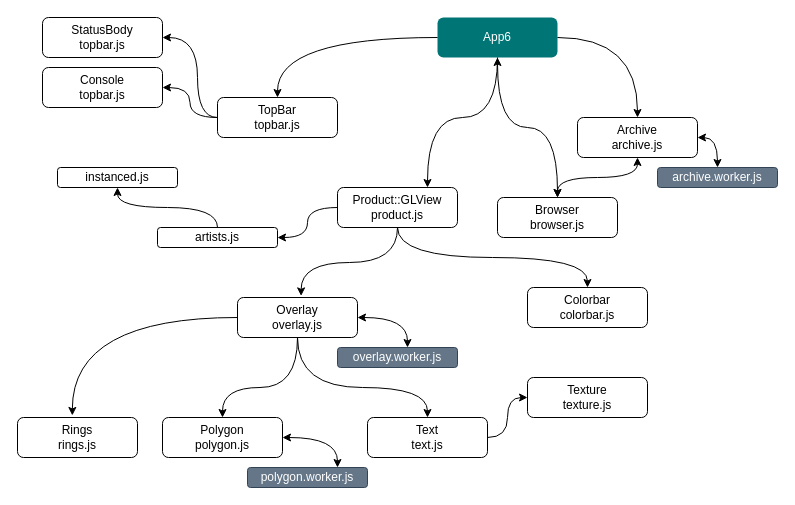
Above: page "app6" (1 of 3) of blob/block-diagrams.drawio in OURadar/RadarHub (draw.io), before the change. Source tidied: cells renumbered, new cells numbered last; positions are measured from the earlier drawing's top-left corner, leaving out a move shared by most shapes. Both pictures are drawn from the tidied source at 100%, with x=0, y=0 at pixel (17, 17).
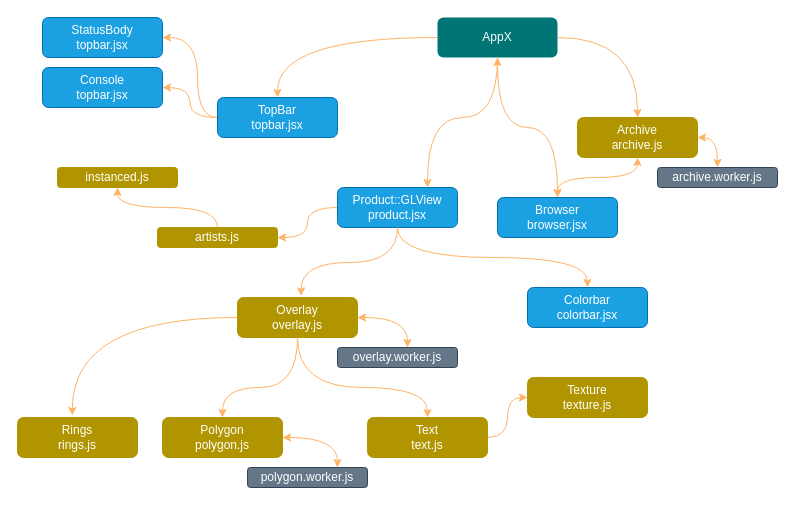
The same diagram, later.

Unchanged cells that the change refers to:
```xml
<mxCell id="11" value="archive.worker.js" style="rounded=1;whiteSpace=wrap;html=1;fillColor=#647687;fontColor=#ffffff;strokeColor=#314354;" parent="1" vertex="1">
  <mxGeometry x="640" y="150" width="120" height="20" as="geometry" />
</mxCell>
<mxCell id="17" value="overlay.worker.js" style="rounded=1;whiteSpace=wrap;html=1;fillColor=#647687;fontColor=#ffffff;strokeColor=#314354;" parent="1" vertex="1">
  <mxGeometry x="320" y="330" width="120" height="20" as="geometry" />
</mxCell>
<mxCell id="20" value="polygon.worker.js" style="rounded=1;whiteSpace=wrap;html=1;fillColor=#647687;fontColor=#ffffff;strokeColor=#314354;" parent="1" vertex="1">
  <mxGeometry x="230" y="450" width="120" height="20" as="geometry" />
</mxCell>
```

What changed in the source:
```diff
@@
-    <mxCell id="2" value="App6" style="rounded=1;whiteSpace=wrap;html=1;fillColor=#007575;fontColor=#ffffff;strokeColor=none;" parent="1" vertex="1">
+    <mxCell id="2" value="AppX" style="rounded=1;whiteSpace=wrap;html=1;fillColor=#007575;fontColor=#ffffff;strokeColor=none;" parent="1" vertex="1">
       <mxGeometry x="420" width="120" height="40" as="geometry" />
     </mxCell>
-    <mxCell id="3" style="edgeStyle=orthogonalEdgeStyle;curved=1;rounded=0;jettySize=auto;html=1;" parent="1" edge="1" source="4" target="27">
+    <mxCell id="3" style="edgeStyle=orthogonalEdgeStyle;curved=1;rounded=0;jettySize=auto;html=1;fontColor=#FFB366;strokeColor=#FFB366;" parent="1" edge="1" source="4" target="27">
       <mxGeometry relative="1" as="geometry" />
     </mxCell>
-    <mxCell id="4" value="Product::GLView&lt;br&gt;product.js" style="rounded=1;whiteSpace=wrap;html=1;" parent="1" vertex="1">
+    <mxCell id="4" value="Product::GLView&lt;br&gt;product.jsx" style="rounded=1;whiteSpace=wrap;html=1;fillColor=#1ba1e2;fontColor=#ffffff;strokeColor=#006EAF;" parent="1" vertex="1">
       <mxGeometry x="320" y="170" width="120" height="40" as="geometry" />
     </mxCell>
-    <mxCell id="5" style="edgeStyle=orthogonalEdgeStyle;curved=1;rounded=1;jumpStyle=arc;jettySize=auto;html=1;startArrow=none;startFill=0;strokeColor=default;elbow=vertical;" parent="1" edge="1" source="7" target="37">
+    <mxCell id="5" style="edgeStyle=orthogonalEdgeStyle;curved=1;rounded=1;jumpStyle=arc;jettySize=auto;html=1;startArrow=none;startFill=0;strokeColor=#FFB366;elbow=vertical;fontColor=#FFB366;" parent="1" edge="1" source="7" target="37">
       <mxGeometry relative="1" as="geometry" />
     </mxCell>
-    <mxCell id="6" style="edgeStyle=orthogonalEdgeStyle;curved=1;rounded=1;jumpStyle=arc;jettySize=auto;html=1;startArrow=none;startFill=0;strokeColor=default;elbow=vertical;" parent="1" edge="1" source="7" target="38">
+    <mxCell id="6" style="edgeStyle=orthogonalEdgeStyle;curved=1;rounded=1;jumpStyle=arc;jettySize=auto;html=1;startArrow=none;startFill=0;strokeColor=#FFB366;elbow=vertical;fontColor=#FFB366;" parent="1" edge="1" source="7" target="38">
       <mxGeometry relative="1" as="geometry">
         <Array as="points">
           <mxPoint x="180" y="100" />
           <mxPoint x="180" y="20" />
         </Array>
       </mxGeometry>
     </mxCell>
-    <mxCell id="7" value="TopBar&lt;br&gt;topbar.js" style="rounded=1;whiteSpace=wrap;html=1;" parent="1" vertex="1">
+    <mxCell id="7" value="TopBar&lt;br&gt;topbar.jsx" style="rounded=1;whiteSpace=wrap;html=1;fillColor=#1ba1e2;fontColor=#ffffff;strokeColor=#006EAF;" parent="1" vertex="1">
       <mxGeometry x="200" y="80" width="120" height="40" as="geometry" />
     </mxCell>
-    <mxCell id="8" style="edgeStyle=orthogonalEdgeStyle;rounded=0;jettySize=auto;html=1;curved=1;startArrow=classic;startFill=1;" parent="1" edge="1" source="2" target="12">
+    <mxCell id="8" style="edgeStyle=orthogonalEdgeStyle;rounded=0;jettySize=auto;html=1;curved=1;startArrow=classic;startFill=1;fontColor=#FFB366;strokeColor=#FFB366;" parent="1" edge="1" source="2" target="12">
       <mxGeometry relative="1" as="geometry" />
     </mxCell>
-    <mxCell id="9" style="rounded=1;jettySize=auto;html=1;startArrow=classic;startFill=1;elbow=vertical;jumpStyle=arc;edgeStyle=orthogonalEdgeStyle;curved=1;" parent="1" edge="1" source="10" target="11">
+    <mxCell id="9" style="rounded=1;jettySize=auto;html=1;startArrow=classic;startFill=1;elbow=vertical;jumpStyle=arc;edgeStyle=orthogonalEdgeStyle;curved=1;fontColor=#FFB366;strokeColor=#FFB366;" parent="1" edge="1" source="10" target="11">
       <mxGeometry relative="1" as="geometry">
         <Array as="points">
           <mxPoint x="700" y="120" />
         </Array>
       </mxGeometry>
     </mxCell>
-    <mxCell id="10" value="Archive&lt;br&gt;archive.js" style="rounded=1;whiteSpace=wrap;html=1;" parent="1" vertex="1">
+    <mxCell id="10" value="Archive&lt;br&gt;archive.js" style="rounded=1;whiteSpace=wrap;html=1;fillColor=#B09500;fontColor=#FFFFFF;strokeColor=#B09500;" parent="1" vertex="1">
       <mxGeometry x="560" y="100" width="120" height="40" as="geometry" />
     </mxCell>
@@
-    <mxCell id="12" value="Browser&lt;br&gt;browser.js" style="rounded=1;whiteSpace=wrap;html=1;" parent="1" vertex="1">
+    <mxCell id="12" value="Browser&lt;br&gt;browser.jsx" style="rounded=1;whiteSpace=wrap;html=1;fillColor=#1ba1e2;fontColor=#ffffff;strokeColor=#006EAF;" parent="1" vertex="1">
       <mxGeometry x="480" y="180" width="120" height="40" as="geometry" />
     </mxCell>
@@
-    <mxCell id="14" style="edgeStyle=orthogonalEdgeStyle;jettySize=auto;html=1;strokeColor=default;startArrow=classic;startFill=1;rounded=1;curved=1;" parent="1" edge="1" source="15" target="17">
+    <mxCell id="14" style="edgeStyle=orthogonalEdgeStyle;jettySize=auto;html=1;strokeColor=#FFB366;startArrow=classic;startFill=1;rounded=1;curved=1;fontColor=#FFB366;" parent="1" edge="1" source="15" target="17">
       <mxGeometry relative="1" as="geometry">
         <Array as="points">
           <mxPoint x="390" y="300" />
         </Array>
       </mxGeometry>
     </mxCell>
-    <mxCell id="15" value="Overlay&lt;br&gt;overlay.js" style="rounded=1;whiteSpace=wrap;html=1;" parent="1" vertex="1">
+    <mxCell id="15" value="Overlay&lt;br&gt;overlay.js" style="rounded=1;whiteSpace=wrap;html=1;fillColor=#B09500;fontColor=#FFFFFF;strokeColor=#B09500;" parent="1" vertex="1">
       <mxGeometry x="220" y="280" width="120" height="40" as="geometry" />
     </mxCell>
-    <mxCell id="16" value="Colorbar&lt;br&gt;colorbar.js" style="rounded=1;whiteSpace=wrap;html=1;" parent="1" vertex="1">
+    <mxCell id="16" value="Colorbar&lt;br&gt;colorbar.jsx" style="rounded=1;whiteSpace=wrap;html=1;fillColor=#1ba1e2;fontColor=#ffffff;strokeColor=#006EAF;" parent="1" vertex="1">
       <mxGeometry x="510" y="270" width="120" height="40" as="geometry" />
     </mxCell>
@@
-    <mxCell id="18" style="edgeStyle=orthogonalEdgeStyle;curved=1;rounded=0;jettySize=auto;html=1;startArrow=classic;startFill=1;" parent="1" edge="1" source="19" target="20">
+    <mxCell id="18" style="edgeStyle=orthogonalEdgeStyle;curved=1;rounded=0;jettySize=auto;html=1;startArrow=classic;startFill=1;fontColor=#FFB366;strokeColor=#FFB366;" parent="1" edge="1" source="19" target="20">
       <mxGeometry relative="1" as="geometry">
         <Array as="points">
           <mxPoint x="320" y="420" />
         </Array>
       </mxGeometry>
     </mxCell>
-    <mxCell id="19" value="Polygon&lt;br&gt;polygon.js" style="rounded=1;whiteSpace=wrap;html=1;" parent="1" vertex="1">
+    <mxCell id="19" value="Polygon&lt;br&gt;polygon.js" style="rounded=1;whiteSpace=wrap;html=1;fillColor=#B09500;fontColor=#FFFFFF;strokeColor=#B09500;" parent="1" vertex="1">
       <mxGeometry x="145" y="400" width="120" height="40" as="geometry" />
     </mxCell>
@@
-    <mxCell id="21" style="endArrow=classic;html=1;rounded=0;curved=1;edgeStyle=orthogonalEdgeStyle;" parent="1" edge="1" source="15" target="19">
+    <mxCell id="21" style="endArrow=classic;html=1;rounded=0;curved=1;edgeStyle=orthogonalEdgeStyle;fontColor=#FFB366;strokeColor=#FFB366;" parent="1" edge="1" source="15" target="19">
       <mxGeometry relative="1" as="geometry">
         <Array as="points">
           <mxPoint x="280" y="370" />
           <mxPoint x="205" y="370" />
         </Array>
       </mxGeometry>
     </mxCell>
-    <mxCell id="22" style="endArrow=classic;html=1;rounded=0;curved=1;exitX=0.5;exitY=1;exitDx=0;exitDy=0;entryX=0.53;entryY=-0.04;entryDx=0;entryDy=0;entryPerimeter=0;edgeStyle=orthogonalEdgeStyle;" parent="1" edge="1" source="4" target="15">
+    <mxCell id="22" style="endArrow=classic;html=1;rounded=0;curved=1;exitX=0.5;exitY=1;exitDx=0;exitDy=0;entryX=0.53;entryY=-0.04;entryDx=0;entryDy=0;entryPerimeter=0;edgeStyle=orthogonalEdgeStyle;fontColor=#FFB366;strokeColor=#FFB366;" parent="1" edge="1" source="4" target="15">
       <mxGeometry relative="1" as="geometry" />
     </mxCell>
-    <mxCell id="23" style="endArrow=classic;html=1;rounded=0;edgeStyle=orthogonalEdgeStyle;elbow=vertical;curved=1;" parent="1" edge="1" source="4" target="16">
+    <mxCell id="23" style="endArrow=classic;html=1;rounded=0;edgeStyle=orthogonalEdgeStyle;elbow=vertical;curved=1;fontColor=#FFB366;strokeColor=#FFB366;" parent="1" edge="1" source="4" target="16">
       <mxGeometry relative="1" as="geometry">
         <Array as="points">
           <mxPoint x="380" y="240" />
           <mxPoint x="570" y="240" />
         </Array>
       </mxGeometry>
     </mxCell>
-    <mxCell id="24" value="Rings&lt;br&gt;rings.js" style="rounded=1;whiteSpace=wrap;html=1;" parent="1" vertex="1">
+    <mxCell id="24" value="Rings&lt;br&gt;rings.js" style="rounded=1;whiteSpace=wrap;html=1;fillColor=#B09500;fontColor=#FFFFFF;strokeColor=#B09500;" parent="1" vertex="1">
       <mxGeometry y="400" width="120" height="40" as="geometry" />
     </mxCell>
-    <mxCell id="25" style="endArrow=classic;html=1;rounded=0;curved=1;entryX=0.457;entryY=-0.051;entryDx=0;entryDy=0;entryPerimeter=0;edgeStyle=orthogonalEdgeStyle;" parent="1" edge="1" source="15" target="24">
+    <mxCell id="25" style="endArrow=classic;html=1;rounded=0;curved=1;entryX=0.457;entryY=-0.051;entryDx=0;entryDy=0;entryPerimeter=0;edgeStyle=orthogonalEdgeStyle;fontColor=#FFB366;strokeColor=#FFB366;" parent="1" edge="1" source="15" target="24">
       <mxGeometry relative="1" as="geometry" />
     </mxCell>
-    <mxCell id="26" style="edgeStyle=orthogonalEdgeStyle;curved=1;rounded=0;jettySize=auto;html=1;entryX=0.5;entryY=1;entryDx=0;entryDy=0;startArrow=none;startFill=0;" parent="1" edge="1" source="27" target="31">
+    <mxCell id="26" style="edgeStyle=orthogonalEdgeStyle;curved=1;rounded=0;jettySize=auto;html=1;entryX=0.5;entryY=1;entryDx=0;entryDy=0;startArrow=none;startFill=0;fontColor=#FFB366;strokeColor=#FFB366;" parent="1" edge="1" source="27" target="31">
       <mxGeometry relative="1" as="geometry" />
     </mxCell>
-    <mxCell id="27" value="artists.js" style="rounded=1;whiteSpace=wrap;html=1;" parent="1" vertex="1">
+    <mxCell id="27" value="artists.js" style="rounded=1;whiteSpace=wrap;html=1;fillColor=#B09500;fontColor=#FFFFFF;strokeColor=#B09500;" parent="1" vertex="1">
       <mxGeometry x="140" y="210" width="120" height="20" as="geometry" />
     </mxCell>
-    <mxCell id="28" style="endArrow=classic;html=1;rounded=0;curved=1;edgeStyle=orthogonalEdgeStyle;" parent="1" edge="1" source="2" target="7">
+    <mxCell id="28" style="endArrow=classic;html=1;rounded=0;curved=1;edgeStyle=orthogonalEdgeStyle;fontColor=#FFB366;strokeColor=#FFB366;" parent="1" edge="1" source="2" target="7">
       <mxGeometry relative="1" as="geometry" />
     </mxCell>
-    <mxCell id="29" style="endArrow=classic;html=1;rounded=0;curved=1;edgeStyle=orthogonalEdgeStyle;" parent="1" edge="1" source="2" target="10">
+    <mxCell id="29" style="endArrow=classic;html=1;rounded=0;curved=1;edgeStyle=orthogonalEdgeStyle;fontColor=#FFB366;strokeColor=#FFB366;" parent="1" edge="1" source="2" target="10">
       <mxGeometry relative="1" as="geometry" />
     </mxCell>
-    <mxCell id="30" style="endArrow=classic;html=1;rounded=0;curved=1;edgeStyle=orthogonalEdgeStyle;" parent="1" edge="1" source="2" target="4">
+    <mxCell id="30" style="endArrow=classic;html=1;rounded=0;curved=1;edgeStyle=orthogonalEdgeStyle;fontColor=#FFB366;strokeColor=#FFB366;" parent="1" edge="1" source="2" target="4">
       <mxGeometry relative="1" as="geometry">
         <Array as="points">
           <mxPoint x="480" y="100" />
           <mxPoint x="410" y="100" />
         </Array>
       </mxGeometry>
     </mxCell>
-    <mxCell id="31" value="instanced.js" style="rounded=1;whiteSpace=wrap;html=1;" parent="1" vertex="1">
+    <mxCell id="31" value="instanced.js" style="rounded=1;whiteSpace=wrap;html=1;fillColor=#B09500;fontColor=#FFFFFF;strokeColor=#B09500;" parent="1" vertex="1">
       <mxGeometry x="40" y="150" width="120" height="20" as="geometry" />
     </mxCell>
-    <mxCell id="32" style="edgeStyle=orthogonalEdgeStyle;curved=1;rounded=0;jettySize=auto;html=1;startArrow=none;startFill=0;elbow=vertical;" parent="1" edge="1" source="33" target="34">
+    <mxCell id="32" style="edgeStyle=orthogonalEdgeStyle;curved=1;rounded=0;jettySize=auto;html=1;startArrow=none;startFill=0;elbow=vertical;fontColor=#FFB366;strokeColor=#FFB366;" parent="1" edge="1" source="33" target="34">
       <mxGeometry relative="1" as="geometry" />
     </mxCell>
-    <mxCell id="33" value="Text&lt;br&gt;text.js" style="rounded=1;whiteSpace=wrap;html=1;" parent="1" vertex="1">
+    <mxCell id="33" value="Text&lt;br&gt;text.js" style="rounded=1;whiteSpace=wrap;html=1;fillColor=#B09500;fontColor=#FFFFFF;strokeColor=#B09500;" parent="1" vertex="1">
       <mxGeometry x="350" y="400" width="120" height="40" as="geometry" />
     </mxCell>
-    <mxCell id="34" value="Texture&lt;br&gt;texture.js" style="rounded=1;whiteSpace=wrap;html=1;" parent="1" vertex="1">
+    <mxCell id="34" value="Texture&lt;br&gt;texture.js" style="rounded=1;whiteSpace=wrap;html=1;fillColor=#B09500;fontColor=#FFFFFF;strokeColor=#B09500;" parent="1" vertex="1">
       <mxGeometry x="510" y="360" width="120" height="40" as="geometry" />
     </mxCell>
-    <mxCell id="35" style="endArrow=classic;html=1;rounded=0;curved=1;edgeStyle=orthogonalEdgeStyle;" parent="1" edge="1" target="33">
+    <mxCell id="35" style="endArrow=classic;html=1;rounded=0;curved=1;edgeStyle=orthogonalEdgeStyle;fontColor=#FFB366;strokeColor=#FFB366;" parent="1" edge="1" target="33">
       <mxGeometry relative="1" as="geometry">
         <mxPoint x="280" y="320" as="sourcePoint" />
         <Array as="points">
           <mxPoint x="280" y="370" />
           <mxPoint x="410" y="370" />
         </Array>
       </mxGeometry>
     </mxCell>
-    <mxCell id="36" style="endArrow=classic;startArrow=classic;html=1;rounded=0;strokeColor=default;curved=1;elbow=vertical;edgeStyle=orthogonalEdgeStyle;" parent="1" edge="1" source="12" target="10">
+    <mxCell id="36" style="endArrow=classic;startArrow=classic;html=1;rounded=0;strokeColor=#FFB366;curved=1;elbow=vertical;edgeStyle=orthogonalEdgeStyle;fontColor=#FFB366;" parent="1" edge="1" source="12" target="10">
       <mxGeometry relative="1" as="geometry" />
     </mxCell>
-    <mxCell id="37" value="Console&lt;br&gt;topbar.js" style="rounded=1;whiteSpace=wrap;html=1;" parent="1" vertex="1">
+    <mxCell id="37" value="Console&lt;br&gt;topbar.jsx" style="rounded=1;whiteSpace=wrap;html=1;fillColor=#1ba1e2;fontColor=#ffffff;strokeColor=#006EAF;" parent="1" vertex="1">
       <mxGeometry x="25" y="50" width="120" height="40" as="geometry" />
     </mxCell>
-    <mxCell id="38" value="StatusBody&lt;br&gt;topbar.js" style="rounded=1;whiteSpace=wrap;html=1;" parent="1" vertex="1">
+    <mxCell id="38" value="StatusBody&lt;br&gt;topbar.jsx" style="rounded=1;whiteSpace=wrap;html=1;fillColor=#1ba1e2;fontColor=#ffffff;strokeColor=#006EAF;" parent="1" vertex="1">
       <mxGeometry x="25" width="120" height="40" as="geometry" />
     </mxCell>
```
